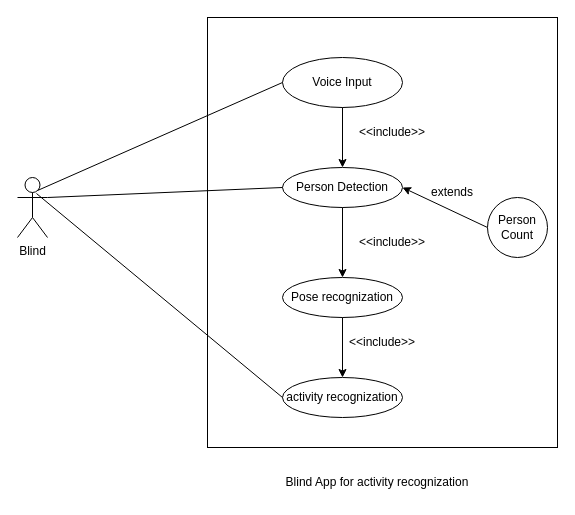
The draw.io diagram UseCase.drawio in ahmad2001hotmailyahoo/ahmad-arc, before the edit. Source tidied: cells renumbered, new cells numbered last; positions are measured from the earlier drawing's top-left corner, leaving out a move shared by most shapes. Both pictures are drawn from the tidied source at 100%, with x=0, y=0 at pixel (17, 17).
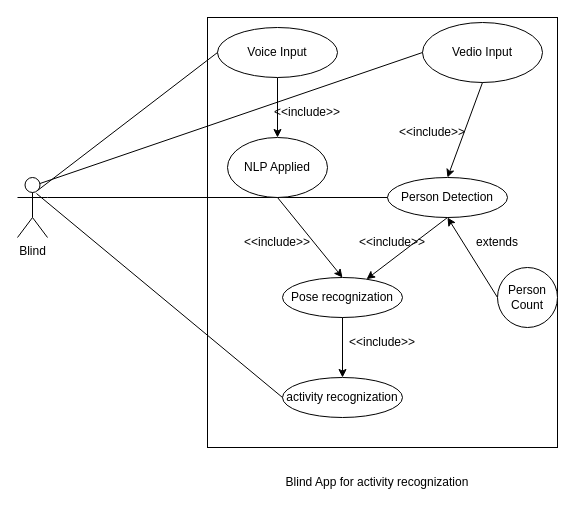
The same diagram, later.

Unchanged cells that the change refers to:
```xml
<mxCell id="2" value="Blind" style="shape=umlActor;verticalLabelPosition=bottom;verticalAlign=top;html=1;" parent="1" vertex="1">
  <mxGeometry y="160" width="30" height="60" as="geometry" />
</mxCell>
<mxCell id="6" value="Pose recognization" style="ellipse;whiteSpace=wrap;html=1;" parent="1" vertex="1">
  <mxGeometry x="265" y="260" width="120" height="40" as="geometry" />
</mxCell>
```

Change to the diagram source:
```diff
@@
+    <mxCell id="21" style="edgeStyle=orthogonalEdgeStyle;rounded=0;jettySize=auto;html=1;" parent="1" edge="1" source="4" target="25">
+      <mxGeometry relative="1" as="geometry" />
+    </mxCell>
     <mxCell id="4" value="Voice Input&lt;br&gt;" style="ellipse;whiteSpace=wrap;html=1;" parent="1" vertex="1">
-      <mxGeometry x="265" y="40" width="120" height="50" as="geometry" />
+      <mxGeometry x="200" y="10" width="120" height="50" as="geometry" />
     </mxCell>
     <mxCell id="5" value="Person Detection" style="ellipse;whiteSpace=wrap;html=1;" parent="1" vertex="1">
-      <mxGeometry x="265" y="150" width="120" height="40" as="geometry" />
+      <mxGeometry x="370" y="160" width="120" height="40" as="geometry" />
     </mxCell>
@@
     <mxCell id="8" value="&amp;lt;&amp;lt;include&amp;gt;&amp;gt;" style="text;html=1;strokeColor=none;fillColor=none;align=center;verticalAlign=middle;whiteSpace=wrap;rounded=0;" parent="1" vertex="1">
-      <mxGeometry x="345" y="100" width="60" height="30" as="geometry" />
+      <mxGeometry x="385" y="100" width="60" height="30" as="geometry" />
     </mxCell>
@@
-    <mxCell id="13" style="endArrow=classic;html=1;rounded=0;exitX=0.5;exitY=1;exitDx=0;exitDy=0;entryX=0.5;entryY=0;entryDx=0;entryDy=0;" parent="1" edge="1" source="4" target="5">
-      <mxGeometry relative="1" as="geometry" />
-    </mxCell>
@@
-    <mxCell id="16" style="endArrow=classic;html=1;rounded=0;entryX=1;entryY=0.5;entryDx=0;entryDy=0;exitX=0;exitY=0.5;exitDx=0;exitDy=0;" parent="1" edge="1" source="17" target="5">
+    <mxCell id="16" style="endArrow=classic;html=1;rounded=0;entryX=0.5;entryY=1;entryDx=0;entryDy=0;exitX=0;exitY=0.5;exitDx=0;exitDy=0;" parent="1" edge="1" source="17" target="5">
       <mxGeometry relative="1" as="geometry" />
     </mxCell>
     <mxCell id="17" value="Person Count" style="ellipse;whiteSpace=wrap;html=1;" parent="1" vertex="1">
-      <mxGeometry x="470" y="180" width="60" height="60" as="geometry" />
+      <mxGeometry x="480" y="250" width="60" height="60" as="geometry" />
     </mxCell>
     <mxCell id="18" value="extends" style="text;html=1;strokeColor=none;fillColor=none;align=center;verticalAlign=middle;whiteSpace=wrap;rounded=0;" parent="1" vertex="1">
-      <mxGeometry x="405" y="160" width="60" height="30" as="geometry" />
+      <mxGeometry x="450" y="210" width="60" height="30" as="geometry" />
     </mxCell>
-    <mxCell id="19" style="endArrow=none;html=1;rounded=0;" parent="1" edge="1">
+    <mxCell id="19" style="endArrow=none;html=1;rounded=0;entryX=0;entryY=0.5;entryDx=0;entryDy=0;" parent="1" edge="1" target="5">
       <mxGeometry relative="1" as="geometry">
         <mxPoint x="30" y="180" as="sourcePoint" />
-        <mxPoint x="265" y="170" as="targetPoint" />
       </mxGeometry>
     </mxCell>
@@
+    <mxCell id="22" value="Vedio Input" style="ellipse;whiteSpace=wrap;html=1;" parent="1" vertex="1">
+      <mxGeometry x="405" y="5" width="120" height="60" as="geometry" />
+    </mxCell>
+    <mxCell id="23" style="endArrow=none;html=1;rounded=0;exitX=0.75;exitY=0.1;exitDx=0;exitDy=0;exitPerimeter=0;entryX=0;entryY=0.5;entryDx=0;entryDy=0;" parent="1" edge="1" source="2" target="22">
+      <mxGeometry relative="1" as="geometry" />
+    </mxCell>
+    <mxCell id="24" style="endArrow=classic;html=1;rounded=0;exitX=0.5;exitY=1;exitDx=0;exitDy=0;entryX=0.5;entryY=0;entryDx=0;entryDy=0;" parent="1" edge="1" source="22" target="5">
+      <mxGeometry relative="1" as="geometry" />
+    </mxCell>
+    <mxCell id="25" value="NLP Applied" style="ellipse;whiteSpace=wrap;html=1;" parent="1" vertex="1">
+      <mxGeometry x="210" y="120" width="100" height="60" as="geometry" />
+    </mxCell>
+    <mxCell id="26" style="endArrow=classic;html=1;rounded=0;exitX=0.5;exitY=1;exitDx=0;exitDy=0;entryX=0.5;entryY=0;entryDx=0;entryDy=0;" parent="1" edge="1" source="25" target="6">
+      <mxGeometry relative="1" as="geometry" />
+    </mxCell>
+    <mxCell id="27" value="&amp;lt;&amp;lt;include&amp;gt;&amp;gt;" style="text;html=1;strokeColor=none;fillColor=none;align=center;verticalAlign=middle;whiteSpace=wrap;rounded=0;" parent="1" vertex="1">
+      <mxGeometry x="260" y="80" width="60" height="30" as="geometry" />
+    </mxCell>
+    <mxCell id="28" value="&amp;lt;&amp;lt;include&amp;gt;&amp;gt;" style="text;html=1;strokeColor=none;fillColor=none;align=center;verticalAlign=middle;whiteSpace=wrap;rounded=0;" parent="1" vertex="1">
+      <mxGeometry x="230" y="210" width="60" height="30" as="geometry" />
+    </mxCell>
```
